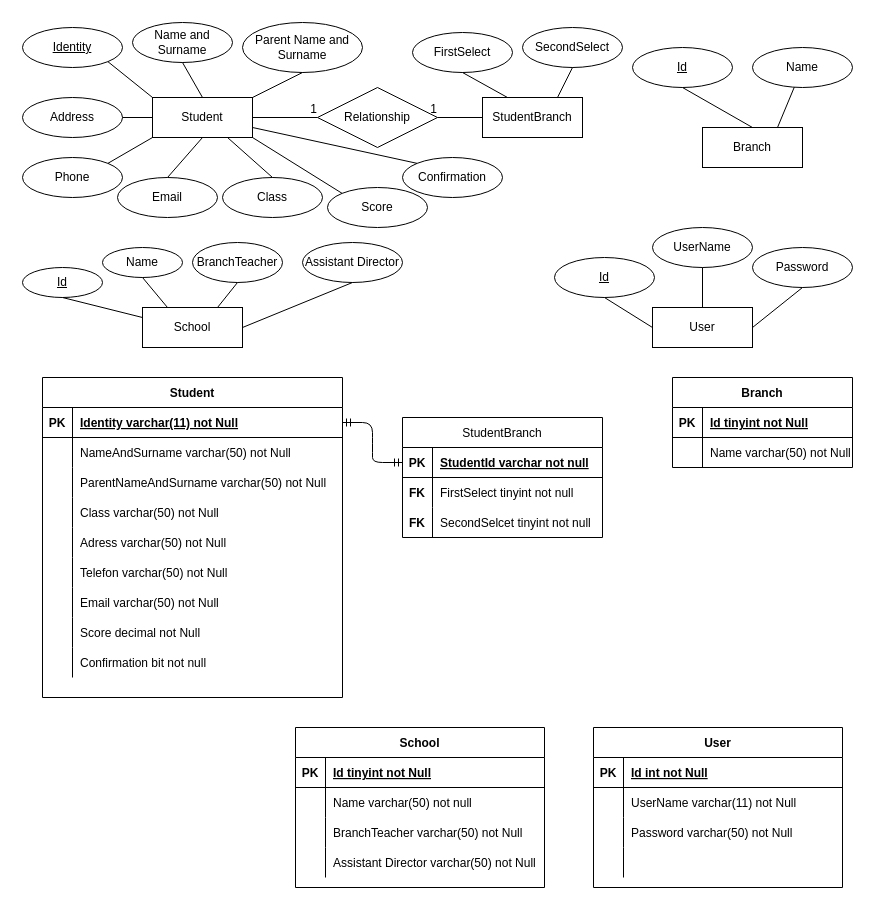
The draw.io diagram Entity Relationship Diagram.drawio in ozdemirali/BranchSelectTasarim, before the edit. Source tidied: cells renumbered, new cells numbered last; positions are measured from the earlier drawing's top-left corner, leaving out a move shared by most shapes. Both pictures are drawn from the tidied source at 100%, with x=0, y=0 at pixel (22, 22).
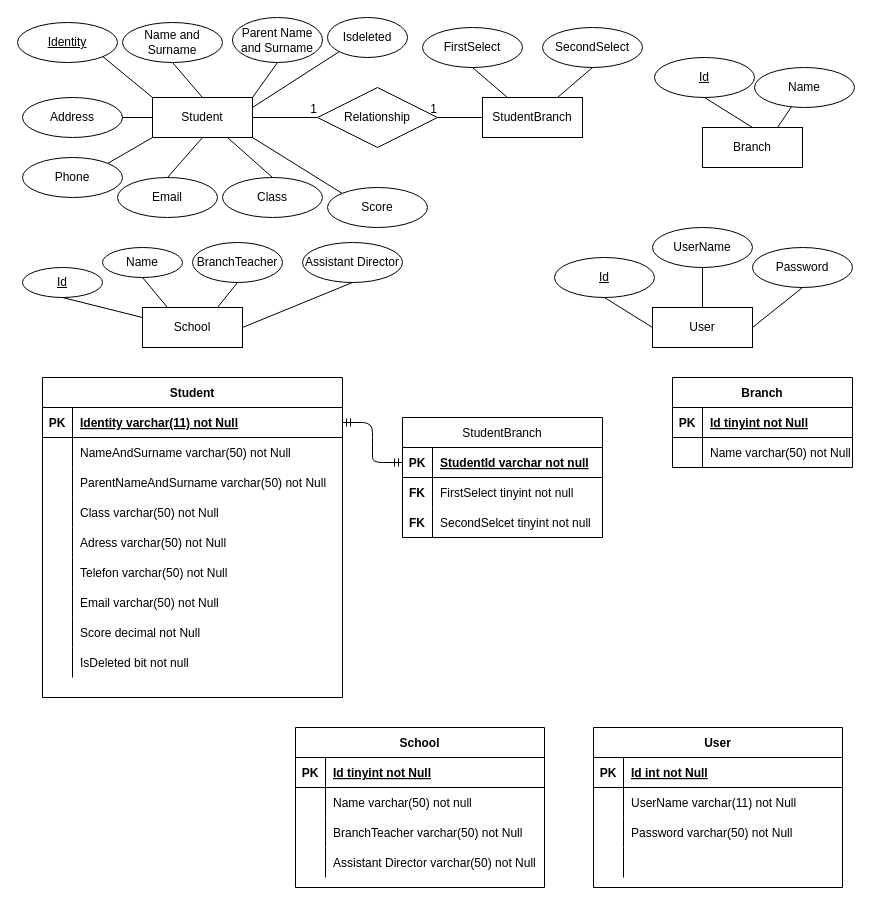
Above is the later version.

Commit message:
Student Table is re editted

Unchanged cells that the change refers to:
```xml
<mxCell id="2" value="Student" style="whiteSpace=wrap;html=1;align=center;" parent="1" vertex="1">
  <mxGeometry x="130" y="75" width="100" height="40" as="geometry" />
</mxCell>
<mxCell id="62" style="shape=partialRectangle;fillColor=none;top=0;left=0;bottom=0;right=0;" parent="37" vertex="1">
  <mxGeometry y="270" width="300" height="30" as="geometry" />
</mxCell>
```

What changed in the source:
```diff
@@
     <mxCell id="3" value="Identity" style="ellipse;whiteSpace=wrap;html=1;align=center;fontStyle=4;" parent="1" vertex="1">
-      <mxGeometry y="5" width="100" height="40" as="geometry" />
+      <mxGeometry x="-5" width="100" height="40" as="geometry" />
     </mxCell>
@@
     <mxCell id="5" value="Name and Surname" style="ellipse;whiteSpace=wrap;html=1;align=center;" parent="1" vertex="1">
-      <mxGeometry x="110" width="100" height="40" as="geometry" />
+      <mxGeometry x="100" width="100" height="40" as="geometry" />
     </mxCell>
@@
     <mxCell id="7" value="Parent Name and Surname" style="ellipse;whiteSpace=wrap;html=1;align=center;" parent="1" vertex="1">
-      <mxGeometry x="220" width="120" height="50" as="geometry" />
+      <mxGeometry x="210" y="-5" width="90" height="45" as="geometry" />
     </mxCell>
@@
     <mxCell id="16" value="Id" style="ellipse;whiteSpace=wrap;html=1;align=center;fontStyle=4;" parent="1" vertex="1">
-      <mxGeometry x="610" y="25" width="100" height="40" as="geometry" />
+      <mxGeometry x="632" y="35" width="100" height="40" as="geometry" />
     </mxCell>
@@
     <mxCell id="18" value="Name" style="ellipse;whiteSpace=wrap;html=1;align=center;" parent="1" vertex="1">
-      <mxGeometry x="730" y="25" width="100" height="40" as="geometry" />
+      <mxGeometry x="732" y="45" width="100" height="40" as="geometry" />
     </mxCell>
@@
     <mxCell id="20" value="FirstSelect" style="ellipse;whiteSpace=wrap;html=1;align=center;" parent="1" vertex="1">
-      <mxGeometry x="390" y="10" width="100" height="40" as="geometry" />
+      <mxGeometry x="400" y="5" width="100" height="40" as="geometry" />
     </mxCell>
     <mxCell id="21" value="SecondSelect" style="ellipse;whiteSpace=wrap;html=1;align=center;" parent="1" vertex="1">
-      <mxGeometry x="500" y="5" width="100" height="40" as="geometry" />
+      <mxGeometry x="520" y="5" width="100" height="40" as="geometry" />
     </mxCell>
@@
-    <mxCell id="24" value="Confirmation" style="ellipse;whiteSpace=wrap;html=1;align=center;" parent="1" vertex="1">
-      <mxGeometry x="380" y="135" width="100" height="40" as="geometry" />
-    </mxCell>
-    <mxCell id="25" style="endArrow=none;html=1;rounded=0;entryX=0;entryY=0;entryDx=0;entryDy=0;exitX=1;exitY=0.75;exitDx=0;exitDy=0;" parent="1" edge="1" source="2" target="24">
-      <mxGeometry relative="1" as="geometry" />
-    </mxCell>
@@
-    <mxCell id="64" value="Confirmation bit not null" style="shape=partialRectangle;fillColor=none;top=0;left=0;bottom=0;right=0;align=left;spacingLeft=6;overflow=hidden;" parent="62" vertex="1">
+    <mxCell id="64" value="IsDeleted bit not null" style="shape=partialRectangle;fillColor=none;top=0;left=0;bottom=0;right=0;align=left;spacingLeft=6;overflow=hidden;" parent="62" vertex="1">
       <mxGeometry x="30" width="270" height="30" as="geometry" />
     </mxCell>
@@
+    <mxCell id="124" value="Isdeleted" style="ellipse;whiteSpace=wrap;html=1;" parent="1" vertex="1">
+      <mxGeometry x="305" y="-5" width="80" height="40" as="geometry" />
+    </mxCell>
+    <mxCell id="125" style="endArrow=none;html=1;rounded=0;exitX=1;exitY=0.25;exitDx=0;exitDy=0;entryX=0;entryY=1;entryDx=0;entryDy=0;" parent="1" edge="1" source="2" target="124">
+      <mxGeometry relative="1" as="geometry" />
+    </mxCell>
```
